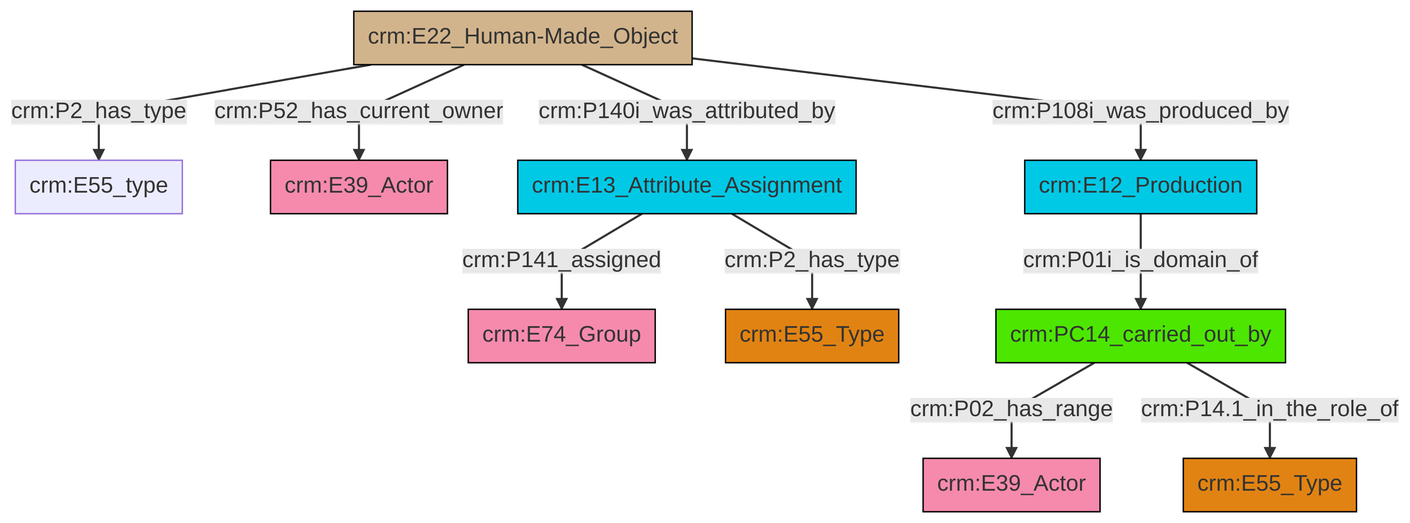
The Mermaid diagram et/builtWorkCSV/ttl/mmd/png/Built_Work_actor_relations.png in swiss-art-research-net/reference-data-models, before a commit. Its source is kept beside it as et/builtWorkCSV/ttl/mmd/Built_Work_actor_relations.ttl.mmd.
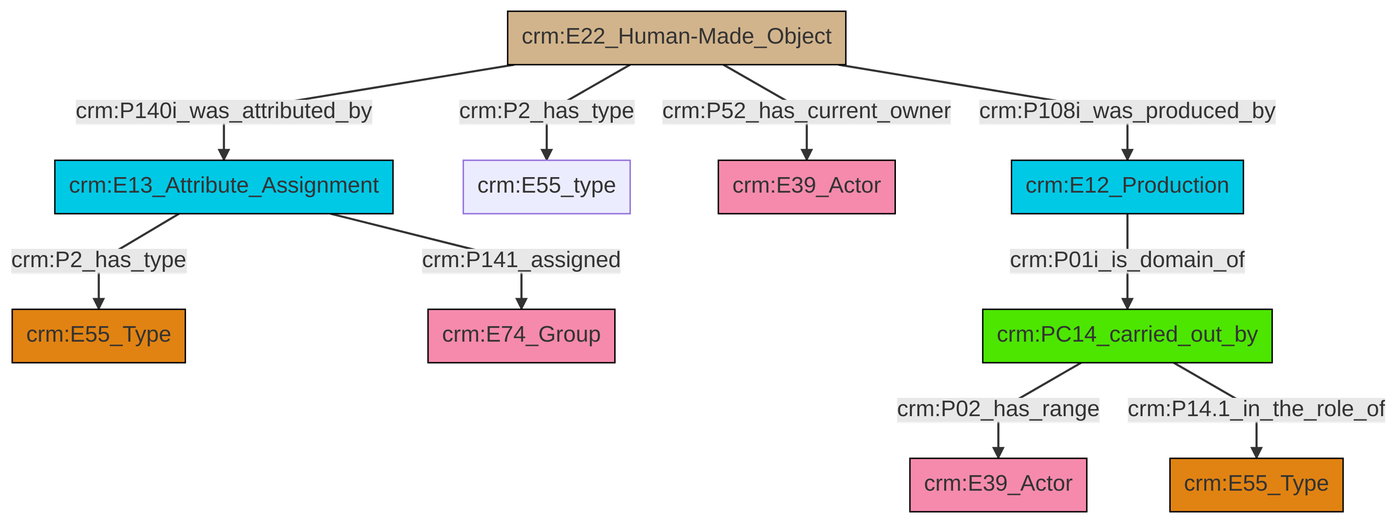
After the change.

The edit, as a diff of the source:
```diff
@@ -13,12 +13,12 @@
 classDef PC_Classes fill:#4ce600, stroke:#000000;
 classDef Multi fill:#cccccc,stroke:#000000;
 
-6["crm:PC14_carried_out_by"]:::PC_Classes -->|crm:P02_has_range| 7["crm:E39_Actor"]:::Actor
-8["crm:E22_Human-Made_Object"]:::Physical_Thing -->|crm:P2_has_type| 9["crm:E55_type"]:::Default
-8["crm:E22_Human-Made_Object"]:::Physical_Thing -->|crm:P52_has_current_owner| 2["crm:E39_Actor"]:::Actor
-4["crm:E13_Attribute_Assignment"]:::Temporal_Entity -->|crm:P141_assigned| 10["crm:E74_Group"]:::Actor
-8["crm:E22_Human-Made_Object"]:::Physical_Thing -->|crm:P140i_was_attributed_by| 4["crm:E13_Attribute_Assignment"]:::Temporal_Entity
-6["crm:PC14_carried_out_by"]:::PC_Classes -->|crm:P14.1_in_the_role_of| 12["crm:E55_Type"]:::Type
-13["crm:E12_Production"]:::Temporal_Entity -->|crm:P01i_is_domain_of| 6["crm:PC14_carried_out_by"]:::PC_Classes
-4["crm:E13_Attribute_Assignment"]:::Temporal_Entity -->|crm:P2_has_type| 0["crm:E55_Type"]:::Type
-8["crm:E22_Human-Made_Object"]:::Physical_Thing -->|crm:P108i_was_produced_by| 13["crm:E12_Production"]:::Temporal_Entity
+2["crm:E13_Attribute_Assignment"]:::Temporal_Entity -->|crm:P141_assigned| 3["crm:E74_Group"]:::Actor
+6["crm:E22_Human-Made_Object"]:::Physical_Thing -->|crm:P2_has_type| 7["crm:E55_type"]:::Default
+4["crm:PC14_carried_out_by"]:::PC_Classes -->|crm:P02_has_range| 13["crm:E39_Actor"]:::Actor
+2["crm:E13_Attribute_Assignment"]:::Temporal_Entity -->|crm:P2_has_type| 0["crm:E55_Type"]:::Type
+6["crm:E22_Human-Made_Object"]:::Physical_Thing -->|crm:P108i_was_produced_by| 14["crm:E12_Production"]:::Temporal_Entity
+14["crm:E12_Production"]:::Temporal_Entity -->|crm:P01i_is_domain_of| 4["crm:PC14_carried_out_by"]:::PC_Classes
+4["crm:PC14_carried_out_by"]:::PC_Classes -->|crm:P14.1_in_the_role_of| 15["crm:E55_Type"]:::Type
+6["crm:E22_Human-Made_Object"]:::Physical_Thing -->|crm:P52_has_current_owner| 8["crm:E39_Actor"]:::Actor
+6["crm:E22_Human-Made_Object"]:::Physical_Thing -->|crm:P140i_was_attributed_by| 2["crm:E13_Attribute_Assignment"]:::Temporal_Entity
```
